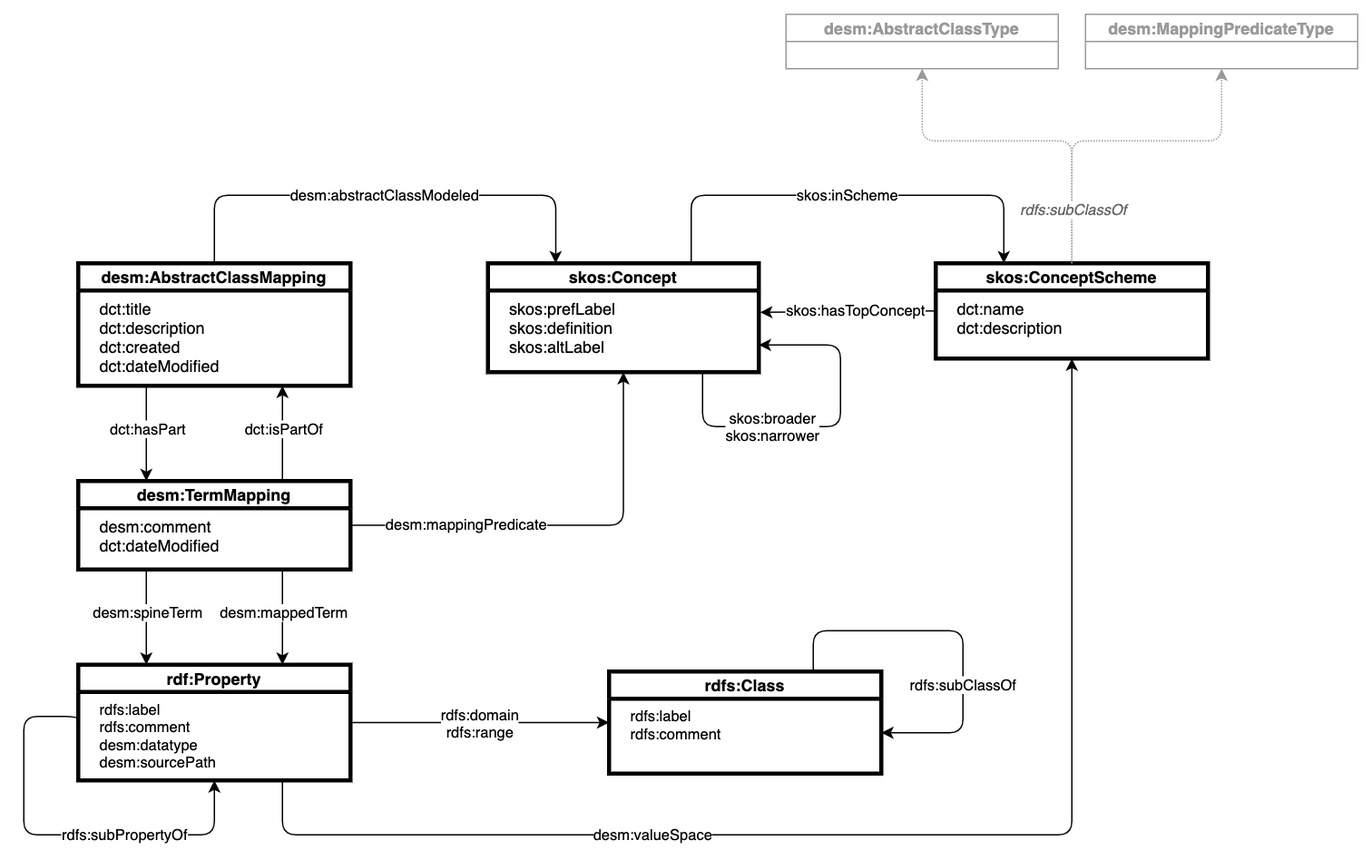
Above: ns/Domain_Model-REV.png in t3-innovation-network/desm (draw.io), before the change. Source tidied: cells renumbered, new cells last; positions are measured from the earlier drawing's top-left corner, leaving out a move shared by most shapes.
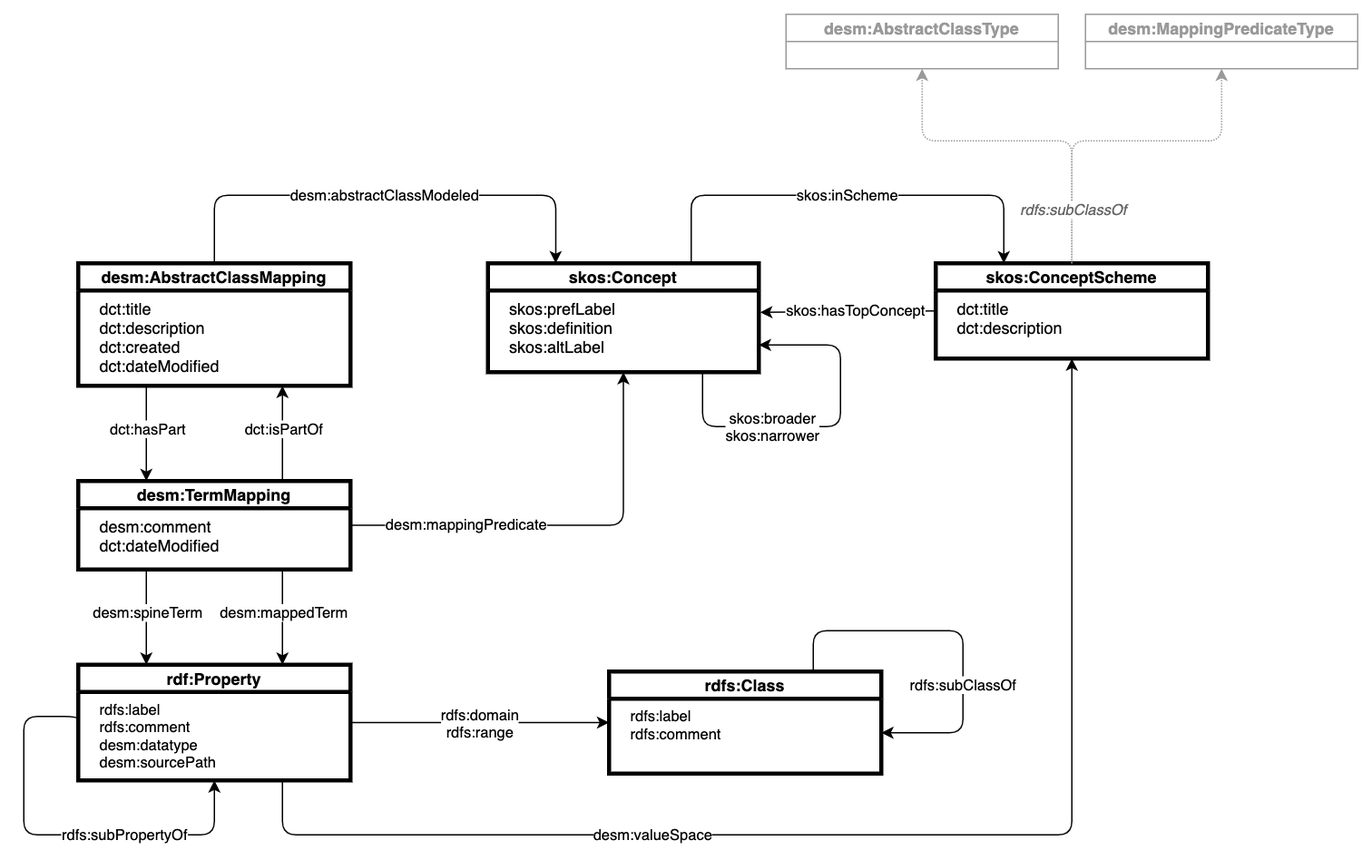
The same diagram one commit later.

Commit message:
Updated changing dct:name to dct:title on Competency Framework

What changed in the source:
```diff
@@ -26,7 +26,7 @@
     <mxCell id="7" value="skos:ConceptScheme" style="swimlane;startSize=20;strokeWidth=3;" parent="1" vertex="1">
       <mxGeometry x="670" y="183" width="200" height="70" as="geometry" />
     </mxCell>
-    <mxCell id="8" value="dct:name&#10;dct:description&#10;&#10;" style="text;strokeColor=none;fillColor=none;align=left;verticalAlign=top;spacingLeft=4;spacingRight=4;overflow=hidden;" parent="7" vertex="1">
+    <mxCell id="8" value="dct:title&#10;dct:description&#10;&#10;" style="text;strokeColor=none;fillColor=none;align=left;verticalAlign=top;spacingLeft=4;spacingRight=4;overflow=hidden;" parent="7" vertex="1">
       <mxGeometry x="10" y="20" width="120" height="40" as="geometry" />
     </mxCell>
     <mxCell id="9" value="skos:inScheme" style="edgeStyle=segmentEdgeStyle;endArrow=classic;html=1;exitX=0.75;exitY=0;exitDx=0;exitDy=0;entryX=0.25;entryY=0;entryDx=0;entryDy=0;" parent="1" edge="1" source="4" target="7">
```
